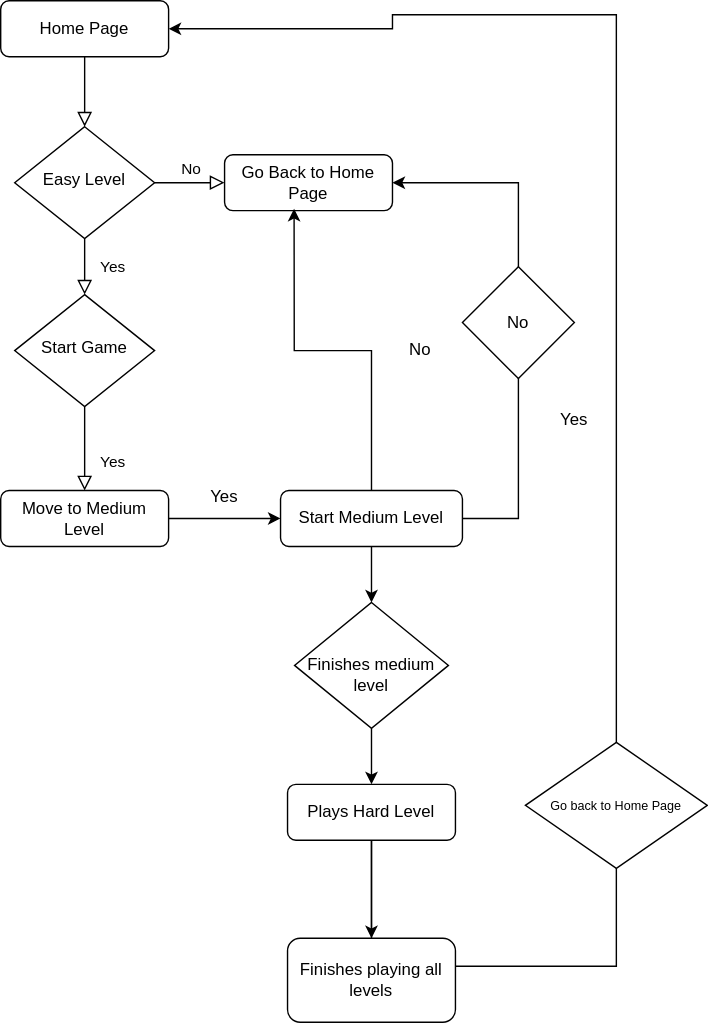
This is images/User-flow-Game.svg from daisykumar/daisy-kumar-portfolio-interaction-design, a draw.io export, as it was before one commit. Source tidied: cells renumbered, new cells last; positions are measured from the earlier drawing's top-left corner, leaving out a move shared by most shapes. Its diagram source:
```xml
<mxGraphModel>
  <root>
    <mxCell id="0" />
    <mxCell id="1" parent="0" />
    <mxCell id="2" style="rounded=0;html=1;jettySize=auto;fontSize=11;endArrow=block;endFill=0;endSize=8;strokeWidth=1;shadow=0;labelBackgroundColor=none;edgeStyle=orthogonalEdgeStyle;" parent="1" edge="1" source="3" target="6">
      <mxGeometry relative="1" as="geometry" />
    </mxCell>
    <mxCell id="3" value="Home Page" style="rounded=1;whiteSpace=wrap;html=1;fontSize=12;glass=0;strokeWidth=1;shadow=0;" parent="1" vertex="1">
      <mxGeometry width="120" height="40" as="geometry" />
    </mxCell>
    <mxCell id="4" value="Yes" style="rounded=0;html=1;jettySize=auto;fontSize=11;endArrow=block;endFill=0;endSize=8;strokeWidth=1;shadow=0;labelBackgroundColor=none;edgeStyle=orthogonalEdgeStyle;" parent="1" edge="1" source="6" target="9">
      <mxGeometry y="20" relative="1" as="geometry" />
    </mxCell>
    <mxCell id="5" value="No" style="edgeStyle=orthogonalEdgeStyle;rounded=0;html=1;jettySize=auto;fontSize=11;endArrow=block;endFill=0;endSize=8;strokeWidth=1;shadow=0;labelBackgroundColor=none;" parent="1" edge="1" source="6" target="7">
      <mxGeometry y="10" relative="1" as="geometry" />
    </mxCell>
    <mxCell id="6" value="Easy Level" style="rhombus;whiteSpace=wrap;html=1;shadow=0;fontFamily=Helvetica;fontSize=12;align=center;strokeWidth=1;spacing=6;spacingTop=-4;" parent="1" vertex="1">
      <mxGeometry x="10" y="90" width="100" height="80" as="geometry" />
    </mxCell>
    <mxCell id="7" value="Go Back to Home Page" style="rounded=1;whiteSpace=wrap;html=1;fontSize=12;glass=0;strokeWidth=1;shadow=0;" parent="1" vertex="1">
      <mxGeometry x="160" y="110" width="120" height="40" as="geometry" />
    </mxCell>
    <mxCell id="8" value="Yes" style="rounded=0;html=1;jettySize=auto;fontSize=11;endArrow=block;endFill=0;endSize=8;strokeWidth=1;shadow=0;labelBackgroundColor=none;edgeStyle=orthogonalEdgeStyle;" parent="1" edge="1" source="9" target="11">
      <mxGeometry x="0.33" y="20" relative="1" as="geometry" />
    </mxCell>
    <mxCell id="9" value="Start Game" style="rhombus;whiteSpace=wrap;html=1;shadow=0;fontFamily=Helvetica;fontSize=12;align=center;strokeWidth=1;spacing=6;spacingTop=-4;" parent="1" vertex="1">
      <mxGeometry x="10" y="210" width="100" height="80" as="geometry" />
    </mxCell>
    <mxCell id="10" style="edgeStyle=orthogonalEdgeStyle;rounded=0;jettySize=auto;html=1;" parent="1" edge="1" source="11" target="15">
      <mxGeometry relative="1" as="geometry" />
    </mxCell>
    <mxCell id="11" value="Move to Medium Level" style="rounded=1;whiteSpace=wrap;html=1;fontSize=12;glass=0;strokeWidth=1;shadow=0;" parent="1" vertex="1">
      <mxGeometry y="350" width="120" height="40" as="geometry" />
    </mxCell>
    <mxCell id="12" style="edgeStyle=orthogonalEdgeStyle;rounded=0;jettySize=auto;html=1;entryX=0.414;entryY=0.967;entryDx=0;entryDy=0;entryPerimeter=0;" parent="1" edge="1" source="15" target="7">
      <mxGeometry relative="1" as="geometry" />
    </mxCell>
    <mxCell id="13" style="edgeStyle=orthogonalEdgeStyle;rounded=0;jettySize=auto;html=1;" parent="1" edge="1" source="15" target="18">
      <mxGeometry relative="1" as="geometry" />
    </mxCell>
    <mxCell id="14" style="edgeStyle=orthogonalEdgeStyle;rounded=0;jettySize=auto;html=1;entryX=1;entryY=0.5;entryDx=0;entryDy=0;" parent="1" edge="1" source="15" target="7">
      <mxGeometry relative="1" as="geometry">
        <Array as="points">
          <mxPoint x="370" y="370" />
          <mxPoint x="370" y="130" />
        </Array>
      </mxGeometry>
    </mxCell>
    <mxCell id="15" value="Start Medium Level" style="rounded=1;whiteSpace=wrap;html=1;fontSize=12;glass=0;strokeWidth=1;shadow=0;" parent="1" vertex="1">
      <mxGeometry x="200" y="350" width="130" height="40" as="geometry" />
    </mxCell>
    <mxCell id="16" value="Yes" style="text;html=1;strokeColor=none;fillColor=none;align=center;verticalAlign=middle;whiteSpace=wrap;rounded=0;" parent="1" vertex="1">
      <mxGeometry x="140" y="345" width="40" height="20" as="geometry" />
    </mxCell>
    <mxCell id="17" style="edgeStyle=orthogonalEdgeStyle;rounded=0;jettySize=auto;html=1;" parent="1" edge="1" source="18" target="22">
      <mxGeometry relative="1" as="geometry" />
    </mxCell>
    <mxCell id="18" value="&lt;font style=&quot;font-size: 12px&quot;&gt;&lt;br&gt;Finishes medium level&lt;/font&gt;" style="rhombus;whiteSpace=wrap;html=1;" parent="1" vertex="1">
      <mxGeometry x="210" y="430" width="110" height="90" as="geometry" />
    </mxCell>
    <mxCell id="19" value="No" style="text;html=1;strokeColor=none;fillColor=none;align=center;verticalAlign=middle;whiteSpace=wrap;rounded=0;" parent="1" vertex="1">
      <mxGeometry x="280" y="240" width="40" height="20" as="geometry" />
    </mxCell>
    <mxCell id="20" style="edgeStyle=orthogonalEdgeStyle;rounded=0;jettySize=auto;html=1;entryX=1;entryY=0.5;entryDx=0;entryDy=0;" parent="1" edge="1" source="22" target="3">
      <mxGeometry relative="1" as="geometry">
        <Array as="points">
          <mxPoint x="265" y="690" />
          <mxPoint x="440" y="690" />
          <mxPoint x="440" y="10" />
          <mxPoint x="280" y="10" />
          <mxPoint x="280" y="20" />
        </Array>
      </mxGeometry>
    </mxCell>
    <mxCell id="21" style="edgeStyle=orthogonalEdgeStyle;rounded=0;jettySize=auto;html=1;" parent="1" edge="1" source="22" target="25">
      <mxGeometry relative="1" as="geometry" />
    </mxCell>
    <mxCell id="22" value="&lt;span&gt;Plays Hard Level&lt;/span&gt;" style="rounded=1;whiteSpace=wrap;html=1;" parent="1" vertex="1">
      <mxGeometry x="205" y="560" width="120" height="40" as="geometry" />
    </mxCell>
    <mxCell id="23" value="Yes" style="text;html=1;strokeColor=none;fillColor=none;align=center;verticalAlign=middle;whiteSpace=wrap;rounded=0;" parent="1" vertex="1">
      <mxGeometry x="390" y="290" width="40" height="20" as="geometry" />
    </mxCell>
    <mxCell id="24" value="&lt;font style=&quot;font-size: 9px&quot;&gt;Go back to Home Page&lt;/font&gt;" style="rhombus;whiteSpace=wrap;html=1;" parent="1" vertex="1">
      <mxGeometry x="375" y="530" width="130" height="90" as="geometry" />
    </mxCell>
    <mxCell id="25" value="Finishes playing all levels" style="whiteSpace=wrap;html=1;rounded=1;" parent="1" vertex="1">
      <mxGeometry x="205" y="670" width="120" height="60" as="geometry" />
    </mxCell>
    <mxCell id="26" value="No" style="rhombus;whiteSpace=wrap;html=1;" parent="1" vertex="1">
      <mxGeometry x="330" y="190" width="80" height="80" as="geometry" />
    </mxCell>
  </root>
</mxGraphModel>
```
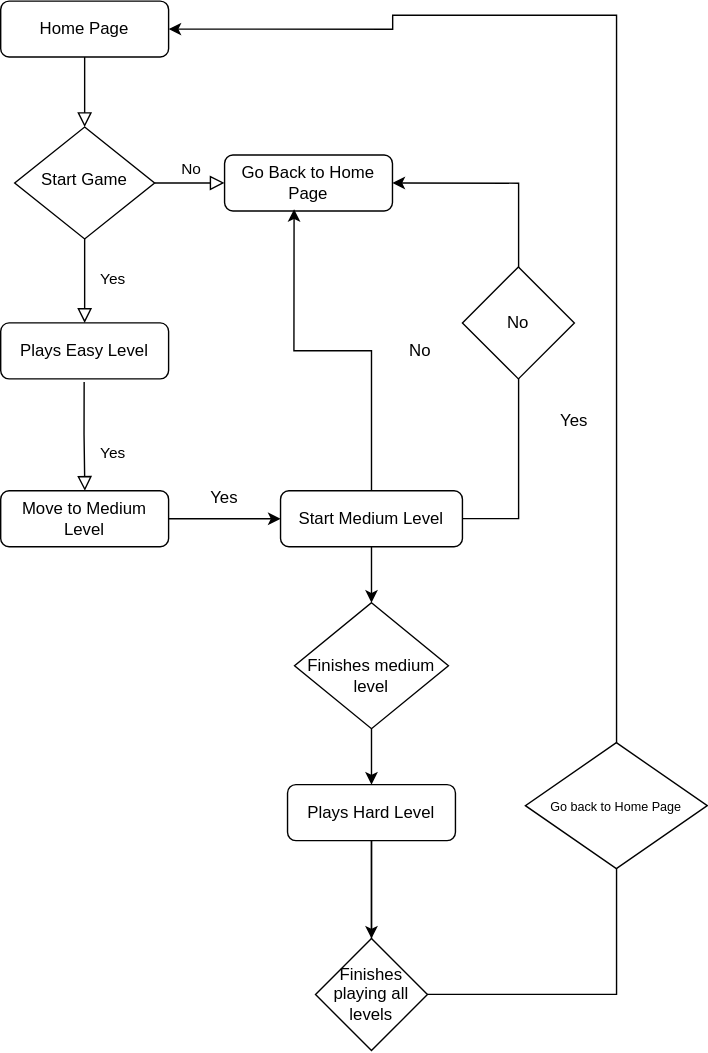
The same diagram one commit later.

Change to the diagram source:
```diff
@@ -8,24 +8,21 @@
     <mxCell id="3" value="Home Page" style="rounded=1;whiteSpace=wrap;html=1;fontSize=12;glass=0;strokeWidth=1;shadow=0;" parent="1" vertex="1">
       <mxGeometry width="120" height="40" as="geometry" />
     </mxCell>
-    <mxCell id="4" value="Yes" style="rounded=0;html=1;jettySize=auto;fontSize=11;endArrow=block;endFill=0;endSize=8;strokeWidth=1;shadow=0;labelBackgroundColor=none;edgeStyle=orthogonalEdgeStyle;" parent="1" edge="1" source="6" target="9">
+    <mxCell id="4" value="Yes" style="rounded=0;html=1;jettySize=auto;fontSize=11;endArrow=block;endFill=0;endSize=8;strokeWidth=1;shadow=0;labelBackgroundColor=none;edgeStyle=orthogonalEdgeStyle;entryX=0.5;entryY=0;entryDx=0;entryDy=0;" parent="1" edge="1" source="6" target="27">
       <mxGeometry y="20" relative="1" as="geometry" />
     </mxCell>
     <mxCell id="5" value="No" style="edgeStyle=orthogonalEdgeStyle;rounded=0;html=1;jettySize=auto;fontSize=11;endArrow=block;endFill=0;endSize=8;strokeWidth=1;shadow=0;labelBackgroundColor=none;" parent="1" edge="1" source="6" target="7">
       <mxGeometry y="10" relative="1" as="geometry" />
     </mxCell>
-    <mxCell id="6" value="Easy Level" style="rhombus;whiteSpace=wrap;html=1;shadow=0;fontFamily=Helvetica;fontSize=12;align=center;strokeWidth=1;spacing=6;spacingTop=-4;" parent="1" vertex="1">
+    <mxCell id="6" value="Start Game" style="rhombus;whiteSpace=wrap;html=1;shadow=0;fontFamily=Helvetica;fontSize=12;align=center;strokeWidth=1;spacing=6;spacingTop=-4;" parent="1" vertex="1">
       <mxGeometry x="10" y="90" width="100" height="80" as="geometry" />
     </mxCell>
     <mxCell id="7" value="Go Back to Home Page" style="rounded=1;whiteSpace=wrap;html=1;fontSize=12;glass=0;strokeWidth=1;shadow=0;" parent="1" vertex="1">
       <mxGeometry x="160" y="110" width="120" height="40" as="geometry" />
     </mxCell>
-    <mxCell id="8" value="Yes" style="rounded=0;html=1;jettySize=auto;fontSize=11;endArrow=block;endFill=0;endSize=8;strokeWidth=1;shadow=0;labelBackgroundColor=none;edgeStyle=orthogonalEdgeStyle;" parent="1" edge="1" source="9" target="11">
+    <mxCell id="8" value="Yes" style="rounded=0;html=1;jettySize=auto;fontSize=11;endArrow=block;endFill=0;endSize=8;strokeWidth=1;shadow=0;labelBackgroundColor=none;edgeStyle=orthogonalEdgeStyle;exitX=0.497;exitY=1.057;exitDx=0;exitDy=0;exitPerimeter=0;" parent="1" edge="1" source="27" target="11">
       <mxGeometry x="0.33" y="20" relative="1" as="geometry" />
     </mxCell>
-    <mxCell id="9" value="Start Game" style="rhombus;whiteSpace=wrap;html=1;shadow=0;fontFamily=Helvetica;fontSize=12;align=center;strokeWidth=1;spacing=6;spacingTop=-4;" parent="1" vertex="1">
-      <mxGeometry x="10" y="210" width="100" height="80" as="geometry" />
-    </mxCell>
     <mxCell id="10" style="edgeStyle=orthogonalEdgeStyle;rounded=0;jettySize=auto;html=1;" parent="1" edge="1" source="11" target="15">
       <mxGeometry relative="1" as="geometry" />
     </mxCell>
@@ -64,16 +61,18 @@
     <mxCell id="20" style="edgeStyle=orthogonalEdgeStyle;rounded=0;jettySize=auto;html=1;entryX=1;entryY=0.5;entryDx=0;entryDy=0;" parent="1" edge="1" source="22" target="3">
       <mxGeometry relative="1" as="geometry">
         <Array as="points">
-          <mxPoint x="265" y="690" />
-          <mxPoint x="440" y="690" />
+          <mxPoint x="265" y="710" />
+          <mxPoint x="440" y="710" />
           <mxPoint x="440" y="10" />
           <mxPoint x="280" y="10" />
           <mxPoint x="280" y="20" />
         </Array>
       </mxGeometry>
     </mxCell>
-    <mxCell id="21" style="edgeStyle=orthogonalEdgeStyle;rounded=0;jettySize=auto;html=1;" parent="1" edge="1" source="22" target="25">
-      <mxGeometry relative="1" as="geometry" />
+    <mxCell id="21" style="edgeStyle=orthogonalEdgeStyle;rounded=0;jettySize=auto;html=1;" parent="1" edge="1" source="22">
+      <mxGeometry relative="1" as="geometry">
+        <mxPoint x="265" y="670" as="targetPoint" />
+      </mxGeometry>
     </mxCell>
     <mxCell id="22" value="&lt;span&gt;Plays Hard Level&lt;/span&gt;" style="rounded=1;whiteSpace=wrap;html=1;" parent="1" vertex="1">
       <mxGeometry x="205" y="560" width="120" height="40" as="geometry" />
@@ -84,11 +83,14 @@
     <mxCell id="24" value="&lt;font style=&quot;font-size: 9px&quot;&gt;Go back to Home Page&lt;/font&gt;" style="rhombus;whiteSpace=wrap;html=1;" parent="1" vertex="1">
       <mxGeometry x="375" y="530" width="130" height="90" as="geometry" />
     </mxCell>
+    <mxCell id="26" value="No" style="rhombus;whiteSpace=wrap;html=1;" parent="1" vertex="1">
+      <mxGeometry x="330" y="190" width="80" height="80" as="geometry" />
+    </mxCell>
+    <mxCell id="27" value="Plays Easy Level" style="rounded=1;whiteSpace=wrap;html=1;" parent="1" vertex="1">
+      <mxGeometry y="230" width="120" height="40" as="geometry" />
+    </mxCell>
-    <mxCell id="25" value="Finishes playing all levels" style="whiteSpace=wrap;html=1;rounded=1;" parent="1" vertex="1">
-      <mxGeometry x="205" y="670" width="120" height="60" as="geometry" />
+    <mxCell id="25" value="&lt;span&gt;Finishes playing all levels&lt;/span&gt;" style="rhombus;whiteSpace=wrap;html=1;" parent="1" vertex="1">
+      <mxGeometry x="225" y="670" width="80" height="80" as="geometry" />
     </mxCell>
-    <mxCell id="26" value="No" style="rhombus;whiteSpace=wrap;html=1;" parent="1" vertex="1">
-      <mxGeometry x="330" y="190" width="80" height="80" as="geometry" />
-    </mxCell>
   </root>
 </mxGraphModel>
```
